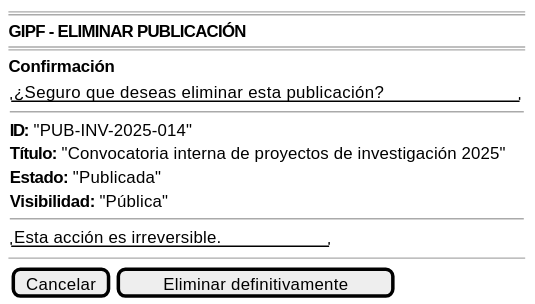
The PlantUML diagram images/RUP/00-casos-uso/02-detalle/coordinador/eliminarMiPublicacion/eliminarPublicacion-wireframe.svg in beatriizorozco/25-26-idsw2-sdVC, before a commit.
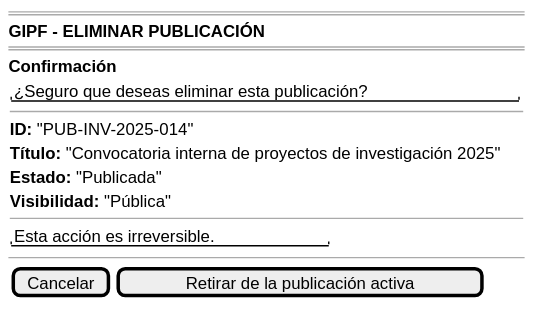
Above is the later version.

What changed in the source:
```diff
@@ -1,25 +1,25 @@
 @startsalt eliminarPublicacion-wireframe
-{
-====
-<b>GIPF - ELIMINAR PUBLICACIÓN</b>
-====
+    {
+    ====
+    <b>GIPF - ELIMINAR PUBLICACIÓN</b>
+    ====
 
-<b>Confirmación</b>
-{
-    "¿Seguro que deseas eliminar esta publicación?"
+    <b>Confirmación</b>
+    {
+        "¿Seguro que deseas eliminar esta publicación?"
+
+        --
+        <b>ID:</b> "PUB-INV-2025-014"
+        <b>Título:</b> "Convocatoria interna de proyectos de investigación 2025"
+        <b>Estado:</b> "Publicada"
+        <b>Visibilidad:</b> "Pública"
+
+        --
+        "Esta acción es irreversible."
+    }
 
     --
-    <b>ID:</b> "PUB-INV-2025-014"
-    <b>Título:</b> "Convocatoria interna de proyectos de investigación 2025"
-    <b>Estado:</b> "Publicada"
-    <b>Visibilidad:</b> "Pública"
 
-    --
-    "Esta acción es irreversible."
-}
-
---
-
-{ [Cancelar] | [Eliminar definitivamente] }
-}
+    { [Cancelar] | [Retirar de la publicación activa] }
+    }
 @endsalt
```
